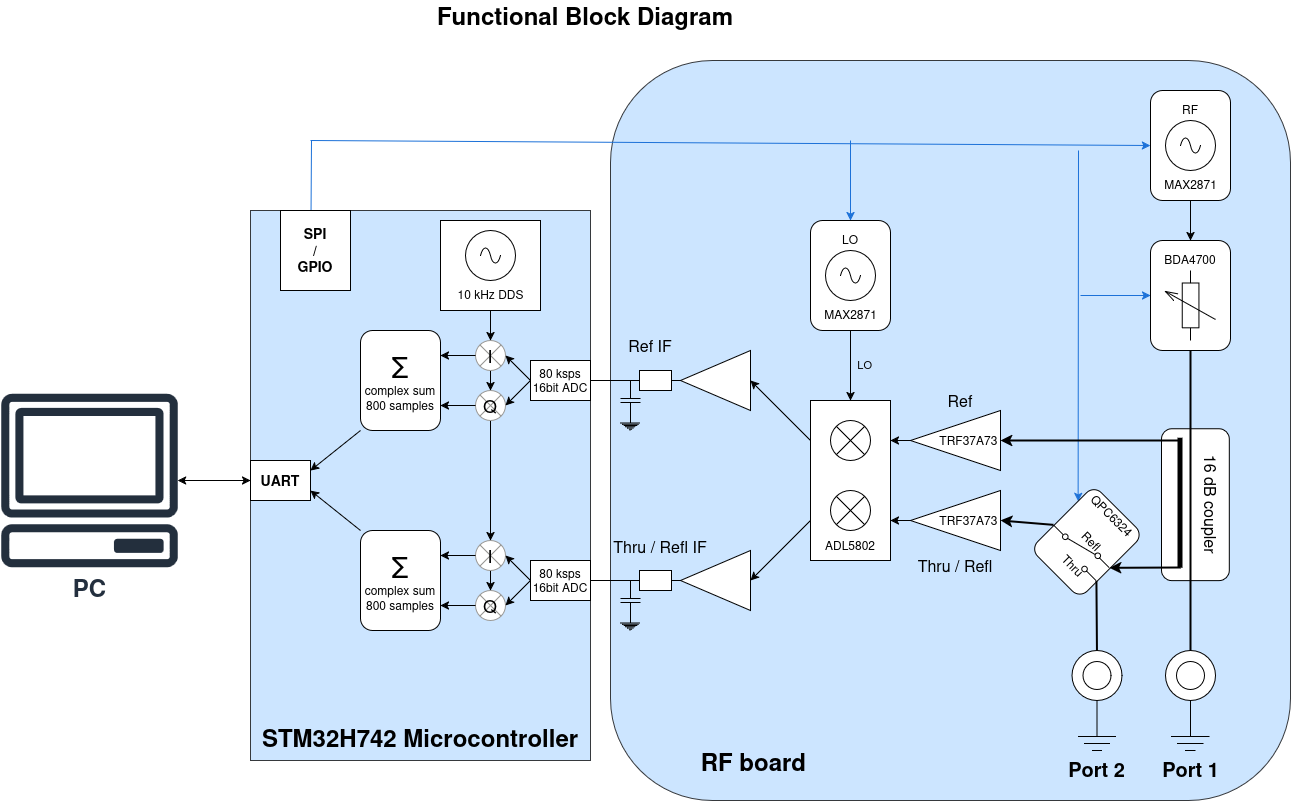
Before: vna/vna_funcblock.png, a diagram exported from draw.io (szoftveres/RF_instruments). Source tidied: cells renumbered, new cells last; positions are measured from the earlier drawing's top-left corner, leaving out a move shared by most shapes.
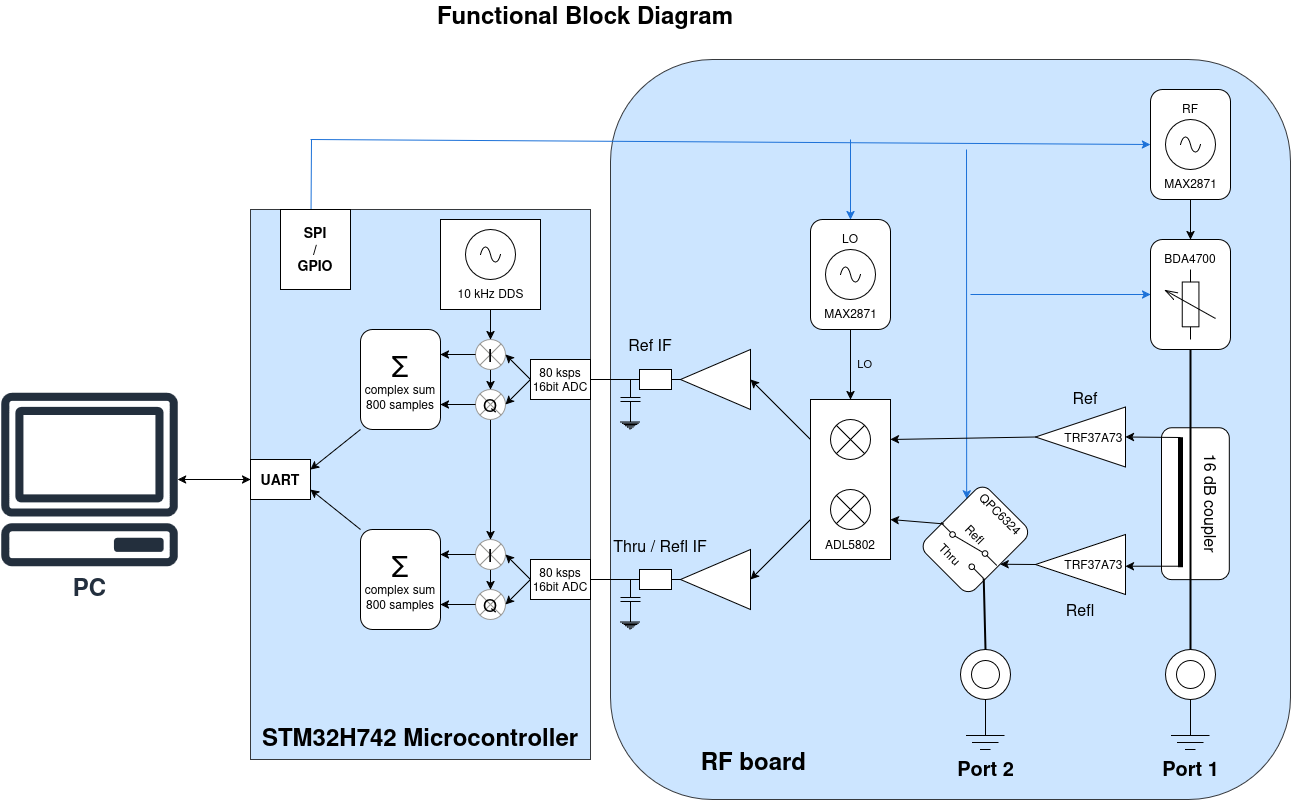
The same diagram one commit later.

Change to the diagram source:
```diff
@@ -7,14 +7,14 @@
     </mxCell>
     <mxCell id="3" style="endArrow=classic;html=1;rounded=0;strokeColor=light-dark(#1c71d8, #ededed);entryX=0;entryY=0.25;entryDx=0;entryDy=0;" parent="1" edge="1" target="5">
       <mxGeometry relative="1" as="geometry">
-        <mxPoint x="1078" y="150" as="sourcePoint" />
+        <mxPoint x="966" y="150" as="sourcePoint" />
       </mxGeometry>
     </mxCell>
     <mxCell id="4" value="&lt;div&gt;&lt;font style=&quot;font-size: 16px;&quot;&gt;16 dB coupler&lt;/font&gt;&lt;/div&gt;&lt;div&gt;&lt;font style=&quot;font-size: 16px;&quot;&gt;&lt;br&gt;&lt;/font&gt;&lt;/div&gt;&lt;div&gt;&lt;br&gt;&lt;/div&gt;" style="rounded=1;whiteSpace=wrap;html=1;rotation=90;" parent="1" vertex="1">
       <mxGeometry x="1118.9" y="470.2" width="151.9" height="67.8" as="geometry" />
     </mxCell>
     <mxCell id="5" value="&lt;div&gt;QPC6324&lt;/div&gt;&lt;div&gt;&lt;br&gt;&lt;/div&gt;&lt;div&gt;&lt;br&gt;&lt;/div&gt;&lt;div&gt;&lt;br&gt;&lt;/div&gt;&lt;div&gt;&lt;br&gt;&lt;/div&gt;&lt;div&gt;&lt;br&gt;&lt;/div&gt;" style="rounded=1;whiteSpace=wrap;html=1;rotation=45;" parent="1" vertex="1">
-      <mxGeometry x="1051.5" y="496.5" width="70" height="90" as="geometry" />
+      <mxGeometry x="940" y="495" width="70" height="90" as="geometry" />
     </mxCell>
     <mxCell id="6" value="&lt;div&gt;LO&lt;/div&gt;&lt;div&gt;&lt;br&gt;&lt;/div&gt;&lt;div&gt;&lt;br&gt;&lt;/div&gt;&lt;div&gt;&lt;br&gt;&lt;/div&gt;&lt;div&gt;&lt;br&gt;&lt;/div&gt;&lt;div&gt;&lt;br&gt;&lt;/div&gt;" style="rounded=1;whiteSpace=wrap;html=1;" parent="1" vertex="1">
       <mxGeometry x="810" y="220" width="80" height="110" as="geometry" />
@@ -166,17 +166,11 @@
       <mxGeometry x="1165" y="120" width="50" height="50" as="geometry" />
     </mxCell>
     <mxCell id="55" value="&amp;nbsp; &amp;nbsp; &amp;nbsp; &amp;nbsp; TRF37A73" style="triangle;whiteSpace=wrap;html=1;direction=west;" parent="1" vertex="1">
-      <mxGeometry x="910" y="410" width="90" height="60" as="geometry" />
+      <mxGeometry x="1035" y="407.5" width="90" height="60" as="geometry" />
     </mxCell>
     <mxCell id="56" value="&amp;nbsp; &amp;nbsp; &amp;nbsp; &amp;nbsp; TRF37A73" style="triangle;whiteSpace=wrap;html=1;direction=west;" parent="1" vertex="1">
-      <mxGeometry x="910" y="490" width="90" height="60" as="geometry" />
+      <mxGeometry x="1035" y="535" width="90" height="60" as="geometry" />
     </mxCell>
-    <mxCell id="57" style="endArrow=classic;html=1;rounded=0;entryX=1;entryY=0.25;entryDx=0;entryDy=0;exitX=1;exitY=0.5;exitDx=0;exitDy=0;" parent="1" edge="1" source="55" target="45">
-      <mxGeometry relative="1" as="geometry" />
-    </mxCell>
-    <mxCell id="58" style="endArrow=classic;html=1;rounded=0;entryX=1;entryY=0.75;entryDx=0;entryDy=0;exitX=1;exitY=0.5;exitDx=0;exitDy=0;" parent="1" edge="1" source="56" target="45">
-      <mxGeometry relative="1" as="geometry" />
-    </mxCell>
     <mxCell id="59" value="&lt;div&gt;BDA4700&lt;/div&gt;&lt;div&gt;&lt;br&gt;&lt;/div&gt;&lt;div&gt;&lt;br&gt;&lt;/div&gt;&lt;div&gt;&lt;br&gt;&lt;/div&gt;&lt;div&gt;&lt;br&gt;&lt;/div&gt;&lt;div&gt;&lt;br&gt;&lt;/div&gt;" style="rounded=1;whiteSpace=wrap;html=1;" parent="1" vertex="1">
       <mxGeometry x="1150" y="240" width="80" height="110" as="geometry" />
     </mxCell>
@@ -187,24 +181,11 @@
       <mxGeometry relative="1" as="geometry" />
     </mxCell>
     <mxCell id="62" style="html=1;shape=mxgraph.electrical.electro-mechanical.twoWaySwitch;elSwitchState=2;rotation=45;" parent="1" vertex="1">
-      <mxGeometry x="1042.7" y="537" width="70" height="24.3" as="geometry" />
+      <mxGeometry x="930" y="535.7" width="70" height="24.3" as="geometry" />
     </mxCell>
-    <mxCell id="63" style="endArrow=classic;html=1;rounded=0;exitX=0;exitY=0.5;exitDx=0;exitDy=0;entryX=0;entryY=0.5;entryDx=0;entryDy=0;strokeWidth=2;" parent="1" edge="1" source="62" target="56">
-      <mxGeometry relative="1" as="geometry" />
-    </mxCell>
     <mxCell id="64" style="endArrow=none;html=1;rounded=0;entryX=0.5;entryY=1;entryDx=0;entryDy=0;strokeWidth=2;exitX=0.5;exitY=0;exitDx=0;exitDy=0;exitPerimeter=0;" parent="1" edge="1" source="68" target="59">
       <mxGeometry relative="1" as="geometry" />
     </mxCell>
-    <mxCell id="65" style="endArrow=classic;html=1;rounded=0;entryX=0;entryY=0.5;entryDx=0;entryDy=0;strokeWidth=2;" parent="1" edge="1" target="55">
-      <mxGeometry relative="1" as="geometry">
-        <mxPoint x="1180" y="440" as="sourcePoint" />
-      </mxGeometry>
-    </mxCell>
-    <mxCell id="66" style="endArrow=classic;html=1;rounded=0;entryX=1;entryY=0.12;entryDx=0;entryDy=0;strokeWidth=2;" parent="1" edge="1" target="62">
-      <mxGeometry relative="1" as="geometry">
-        <mxPoint x="1180" y="567" as="sourcePoint" />
-      </mxGeometry>
-    </mxCell>
     <mxCell id="67" style="endArrow=none;html=1;rounded=0;strokeWidth=5;" parent="1" edge="1">
       <mxGeometry relative="1" as="geometry">
         <mxPoint x="1180" y="567.7" as="sourcePoint" />
@@ -215,16 +196,16 @@
       <mxGeometry x="1165" y="650" width="50" height="100" as="geometry" />
     </mxCell>
     <mxCell id="69" value="&lt;font style=&quot;font-size: 20px;&quot;&gt;&lt;b&gt;Port 2&lt;/b&gt;&lt;/font&gt;" style="verticalLabelPosition=bottom;shadow=0;dashed=0;align=center;html=1;verticalAlign=top;shape=mxgraph.electrical.miscellaneous.shielded_jack_plug;" parent="1" vertex="1">
-      <mxGeometry x="1071.5" y="650" width="50" height="100" as="geometry" />
+      <mxGeometry x="960" y="650" width="50" height="100" as="geometry" />
     </mxCell>
     <mxCell id="70" style="endArrow=none;html=1;rounded=0;entryX=1;entryY=0.88;entryDx=0;entryDy=0;exitX=0.5;exitY=0;exitDx=0;exitDy=0;exitPerimeter=0;strokeWidth=2;" parent="1" edge="1" source="69" target="62">
       <mxGeometry relative="1" as="geometry" />
     </mxCell>
     <mxCell id="71" value="Thru" style="text;html=1;whiteSpace=wrap;strokeColor=none;fillColor=none;align=center;verticalAlign=middle;rounded=0;rotation=45;" parent="1" vertex="1">
-      <mxGeometry x="1042.7" y="550" width="60" height="30" as="geometry" />
+      <mxGeometry x="920" y="540" width="60" height="30" as="geometry" />
     </mxCell>
     <mxCell id="72" value="Refl" style="text;html=1;whiteSpace=wrap;strokeColor=none;fillColor=none;align=center;verticalAlign=middle;rounded=0;rotation=45;" parent="1" vertex="1">
-      <mxGeometry x="1061.5" y="526.5" width="60" height="30" as="geometry" />
+      <mxGeometry x="945" y="520" width="60" height="30" as="geometry" />
     </mxCell>
     <mxCell id="73" style="endArrow=classic;html=1;rounded=0;entryX=0.5;entryY=0;entryDx=0;entryDy=0;strokeColor=light-dark(#1c71d8, #ededed);" parent="1" edge="1" target="6">
       <mxGeometry relative="1" as="geometry">
@@ -238,7 +219,7 @@
     </mxCell>
     <mxCell id="75" style="endArrow=classic;html=1;rounded=0;entryX=0;entryY=0.5;entryDx=0;entryDy=0;strokeColor=light-dark(#1c71d8, #ededed);" parent="1" edge="1" target="59">
       <mxGeometry relative="1" as="geometry">
-        <mxPoint x="1080" y="295" as="sourcePoint" />
+        <mxPoint x="970" y="295" as="sourcePoint" />
       </mxGeometry>
     </mxCell>
     <mxCell id="76" style="endArrow=none;html=1;rounded=0;strokeColor=light-dark(#1c71d8, #ededed);entryX=0.178;entryY=0.008;entryDx=0;entryDy=0;entryPerimeter=0;" parent="1" edge="1" target="7">
@@ -250,10 +231,10 @@
       <mxGeometry x="280" y="210" width="70" height="80" as="geometry" />
     </mxCell>
     <mxCell id="78" value="&lt;font style=&quot;font-size: 16px;&quot;&gt;Ref&lt;/font&gt;" style="text;html=1;whiteSpace=wrap;strokeColor=none;fillColor=none;align=center;verticalAlign=middle;rounded=0;" parent="1" vertex="1">
-      <mxGeometry x="930" y="385" width="60" height="30" as="geometry" />
+      <mxGeometry x="1055" y="382.5" width="60" height="30" as="geometry" />
     </mxCell>
-    <mxCell id="79" value="&lt;font style=&quot;font-size: 16px;&quot;&gt;Thru / Refl&lt;/font&gt;" style="text;html=1;whiteSpace=wrap;strokeColor=none;fillColor=none;align=center;verticalAlign=middle;rounded=0;" parent="1" vertex="1">
-      <mxGeometry x="905" y="550" width="100" height="30" as="geometry" />
+    <mxCell id="79" value="&lt;font style=&quot;font-size: 16px;&quot;&gt;Refl&lt;/font&gt;" style="text;html=1;whiteSpace=wrap;strokeColor=none;fillColor=none;align=center;verticalAlign=middle;rounded=0;" parent="1" vertex="1">
+      <mxGeometry x="1030" y="595" width="100" height="30" as="geometry" />
     </mxCell>
     <mxCell id="80" value="&lt;font style=&quot;font-size: 16px;&quot;&gt;Ref&amp;nbsp;IF&lt;/font&gt;" style="text;html=1;whiteSpace=wrap;strokeColor=none;fillColor=none;align=center;verticalAlign=middle;rounded=0;" parent="1" vertex="1">
       <mxGeometry x="620" y="330" width="60" height="30" as="geometry" />
@@ -264,5 +245,25 @@
     <mxCell id="82" value="&lt;font style=&quot;font-size: 24px;&quot;&gt;&lt;b&gt;Functional Block Diagram&lt;/b&gt;&lt;/font&gt;" style="text;html=1;whiteSpace=wrap;strokeColor=none;fillColor=none;align=center;verticalAlign=middle;rounded=0;" parent="1" vertex="1">
       <mxGeometry x="265" width="640" height="30" as="geometry" />
     </mxCell>
+    <mxCell id="83" style="endArrow=classic;html=1;rounded=0;exitX=0;exitY=1;exitDx=0;exitDy=0;entryX=1;entryY=0.75;entryDx=0;entryDy=0;" parent="1" edge="1" source="72" target="45">
+      <mxGeometry relative="1" as="geometry" />
+    </mxCell>
+    <mxCell id="84" style="endArrow=classic;html=1;rounded=0;entryX=0;entryY=0.5;entryDx=0;entryDy=0;" parent="1" edge="1" target="55">
+      <mxGeometry relative="1" as="geometry">
+        <mxPoint x="1180" y="438" as="sourcePoint" />
+      </mxGeometry>
+    </mxCell>
+    <mxCell id="85" style="endArrow=classic;html=1;rounded=0;entryX=0;entryY=0.5;entryDx=0;entryDy=0;" parent="1" edge="1">
+      <mxGeometry relative="1" as="geometry">
+        <mxPoint x="1180" y="566.7" as="sourcePoint" />
+        <mxPoint x="1125" y="566.7" as="targetPoint" />
+      </mxGeometry>
+    </mxCell>
+    <mxCell id="86" style="endArrow=classic;html=1;rounded=0;exitX=1;exitY=0.5;exitDx=0;exitDy=0;entryX=1;entryY=0.5;entryDx=0;entryDy=0;" parent="1" edge="1" source="56" target="5">
+      <mxGeometry relative="1" as="geometry" />
+    </mxCell>
+    <mxCell id="57" style="endArrow=classic;html=1;rounded=0;entryX=1;entryY=0.25;entryDx=0;entryDy=0;exitX=1;exitY=0.5;exitDx=0;exitDy=0;" parent="1" edge="1" source="55" target="45">
+      <mxGeometry relative="1" as="geometry" />
+    </mxCell>
   </root>
 </mxGraphModel>
```
